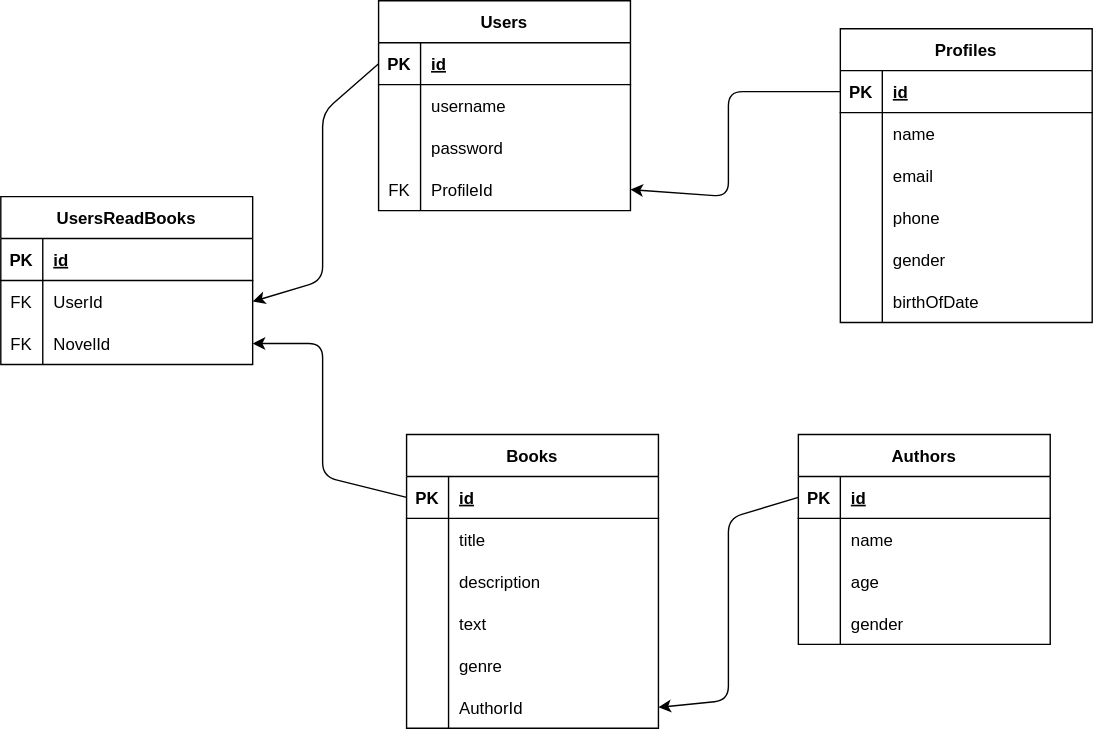
Earlier version of the draw.io export schema.drawio.svg (zoombooz/novel-library-pp). Source tidied: cells renumbered, new cells last; positions are measured from the earlier drawing's top-left corner, leaving out a move shared by most shapes.
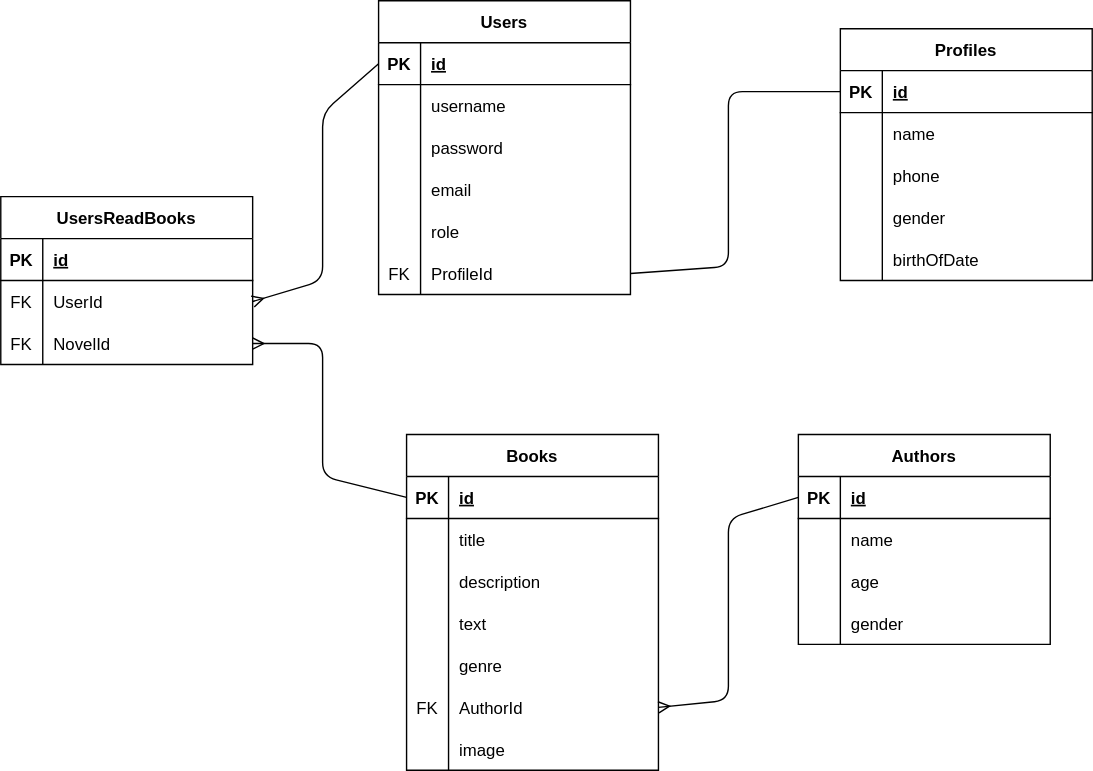
The same diagram one commit later.

Diff of the diagram source:
```diff
@@ -3,7 +3,7 @@
     <mxCell id="0" />
     <mxCell id="1" parent="0" />
     <mxCell id="2" value="Users" style="shape=table;startSize=30;rowLines=0;fontStyle=1;align=center;" parent="1" vertex="1">
-      <mxGeometry x="270" width="180" height="150" as="geometry" />
+      <mxGeometry x="270" width="180" height="210" as="geometry" />
     </mxCell>
     <mxCell id="3" style="shape=tableRow;horizontal=0;startSize=0;swimlaneHead=0;swimlaneBody=0;fillColor=none;points=[[0,0.5],[1,0.5]];portConstraint=eastwest;top=0;left=0;right=0;bottom=1;" parent="2" vertex="1">
       <mxGeometry y="30" width="180" height="30" as="geometry" />
@@ -35,14 +35,32 @@
     <mxCell id="12" style="shape=tableRow;horizontal=0;startSize=0;swimlaneHead=0;swimlaneBody=0;fillColor=none;points=[[0,0.5],[1,0.5]];portConstraint=eastwest;top=0;left=0;right=0;bottom=0;" parent="2" vertex="1">
       <mxGeometry y="120" width="180" height="30" as="geometry" />
     </mxCell>
-    <mxCell id="13" value="FK" style="shape=partialRectangle;fillColor=none;top=0;left=0;bottom=0;right=0;overflow=hidden;" parent="12" vertex="1">
+    <mxCell id="13" style="shape=partialRectangle;fillColor=none;top=0;left=0;bottom=0;right=0;overflow=hidden;" parent="12" vertex="1">
       <mxGeometry width="30" height="30" as="geometry" />
     </mxCell>
-    <mxCell id="14" value="ProfileId" style="shape=partialRectangle;fillColor=none;top=0;left=0;bottom=0;right=0;align=left;spacingLeft=6;overflow=hidden;" parent="12" vertex="1">
+    <mxCell id="14" value="email" style="shape=partialRectangle;fillColor=none;top=0;left=0;bottom=0;right=0;align=left;spacingLeft=6;overflow=hidden;" parent="12" vertex="1">
       <mxGeometry x="30" width="150" height="30" as="geometry" />
     </mxCell>
+    <mxCell id="80" style="shape=tableRow;horizontal=0;startSize=0;swimlaneHead=0;swimlaneBody=0;fillColor=none;top=0;left=0;right=0;bottom=0;" parent="2" vertex="1">
+      <mxGeometry y="150" width="180" height="30" as="geometry" />
+    </mxCell>
+    <mxCell id="81" style="shape=partialRectangle;fillColor=none;top=0;left=0;bottom=0;right=0;overflow=hidden;" parent="80" vertex="1">
+      <mxGeometry width="30" height="30" as="geometry" />
+    </mxCell>
+    <mxCell id="82" value="role" style="shape=partialRectangle;fillColor=none;top=0;left=0;bottom=0;right=0;align=left;spacingLeft=6;overflow=hidden;" parent="80" vertex="1">
+      <mxGeometry x="30" width="150" height="30" as="geometry" />
+    </mxCell>
+    <mxCell id="83" style="shape=tableRow;horizontal=0;startSize=0;swimlaneHead=0;swimlaneBody=0;fillColor=none;points=[[0,0.5],[1,0.5]];portConstraint=eastwest;top=0;left=0;right=0;bottom=0;" parent="2" vertex="1">
+      <mxGeometry y="180" width="180" height="30" as="geometry" />
+    </mxCell>
+    <mxCell id="84" value="FK" style="shape=partialRectangle;fillColor=none;top=0;left=0;bottom=0;right=0;overflow=hidden;" parent="83" vertex="1">
+      <mxGeometry width="30" height="30" as="geometry" />
+    </mxCell>
+    <mxCell id="85" value="ProfileId" style="shape=partialRectangle;fillColor=none;top=0;left=0;bottom=0;right=0;align=left;spacingLeft=6;overflow=hidden;" parent="83" vertex="1">
+      <mxGeometry x="30" width="150" height="30" as="geometry" />
+    </mxCell>
     <mxCell id="15" value="Profiles" style="shape=table;startSize=30;rowLines=0;fontStyle=1;align=center;" parent="1" vertex="1">
-      <mxGeometry x="600" y="20" width="180" height="210" as="geometry" />
+      <mxGeometry x="600" y="20" width="180" height="180" as="geometry" />
     </mxCell>
     <mxCell id="16" style="shape=tableRow;horizontal=0;startSize=0;swimlaneHead=0;swimlaneBody=0;fillColor=none;points=[[0,0.5],[1,0.5]];portConstraint=eastwest;top=0;left=0;right=0;bottom=1;" parent="15" vertex="1">
       <mxGeometry y="30" width="180" height="30" as="geometry" />
@@ -62,17 +80,8 @@
     <mxCell id="21" value="name" style="shape=partialRectangle;fillColor=none;top=0;left=0;bottom=0;right=0;align=left;spacingLeft=6;overflow=hidden;" parent="19" vertex="1">
       <mxGeometry x="30" width="150" height="30" as="geometry" />
     </mxCell>
-    <mxCell id="22" style="shape=tableRow;horizontal=0;startSize=0;swimlaneHead=0;swimlaneBody=0;fillColor=none;top=0;left=0;right=0;bottom=0;" parent="15" vertex="1">
-      <mxGeometry y="90" width="180" height="30" as="geometry" />
-    </mxCell>
-    <mxCell id="23" style="shape=partialRectangle;fillColor=none;top=0;left=0;bottom=0;right=0;overflow=hidden;" parent="22" vertex="1">
-      <mxGeometry width="30" height="30" as="geometry" />
-    </mxCell>
-    <mxCell id="24" value="email" style="shape=partialRectangle;fillColor=none;top=0;left=0;bottom=0;right=0;align=left;spacingLeft=6;overflow=hidden;" parent="22" vertex="1">
-      <mxGeometry x="30" width="150" height="30" as="geometry" />
-    </mxCell>
     <mxCell id="25" style="shape=tableRow;horizontal=0;startSize=0;swimlaneHead=0;swimlaneBody=0;fillColor=none;top=0;left=0;right=0;bottom=0;" parent="15" vertex="1">
-      <mxGeometry y="120" width="180" height="30" as="geometry" />
+      <mxGeometry y="90" width="180" height="30" as="geometry" />
     </mxCell>
     <mxCell id="26" style="shape=partialRectangle;fillColor=none;top=0;left=0;bottom=0;right=0;overflow=hidden;" parent="25" vertex="1">
       <mxGeometry width="30" height="30" as="geometry" />
@@ -81,7 +90,7 @@
       <mxGeometry x="30" width="150" height="30" as="geometry" />
     </mxCell>
     <mxCell id="28" style="shape=tableRow;horizontal=0;startSize=0;swimlaneHead=0;swimlaneBody=0;fillColor=none;top=0;left=0;right=0;bottom=0;" parent="15" vertex="1">
-      <mxGeometry y="150" width="180" height="30" as="geometry" />
+      <mxGeometry y="120" width="180" height="30" as="geometry" />
     </mxCell>
     <mxCell id="29" style="shape=partialRectangle;fillColor=none;top=0;left=0;bottom=0;right=0;overflow=hidden;" parent="28" vertex="1">
       <mxGeometry width="30" height="30" as="geometry" />
@@ -90,7 +99,7 @@
       <mxGeometry x="30" width="150" height="30" as="geometry" />
     </mxCell>
     <mxCell id="31" style="shape=tableRow;horizontal=0;startSize=0;swimlaneHead=0;swimlaneBody=0;fillColor=none;top=0;left=0;right=0;bottom=0;" parent="15" vertex="1">
-      <mxGeometry y="180" width="180" height="30" as="geometry" />
+      <mxGeometry y="150" width="180" height="30" as="geometry" />
     </mxCell>
     <mxCell id="32" style="shape=partialRectangle;fillColor=none;top=0;left=0;bottom=0;right=0;overflow=hidden;" parent="31" vertex="1">
       <mxGeometry width="30" height="30" as="geometry" />
@@ -99,7 +108,7 @@
       <mxGeometry x="30" width="150" height="30" as="geometry" />
     </mxCell>
     <mxCell id="34" value="Books" style="shape=table;startSize=30;rowLines=0;fontStyle=1;align=center;" parent="1" vertex="1">
-      <mxGeometry x="290" y="310" width="180" height="210" as="geometry" />
+      <mxGeometry x="290" y="310" width="180" height="240" as="geometry" />
     </mxCell>
     <mxCell id="35" style="shape=tableRow;horizontal=0;startSize=0;swimlaneHead=0;swimlaneBody=0;fillColor=none;points=[[0,0.5],[1,0.5]];portConstraint=eastwest;top=0;left=0;right=0;bottom=1;" parent="34" vertex="1">
       <mxGeometry y="30" width="180" height="30" as="geometry" />
@@ -149,12 +158,21 @@
     <mxCell id="50" style="shape=tableRow;horizontal=0;startSize=0;swimlaneHead=0;swimlaneBody=0;fillColor=none;points=[[0,0.5],[1,0.5]];portConstraint=eastwest;top=0;left=0;right=0;bottom=0;" parent="34" vertex="1">
       <mxGeometry y="180" width="180" height="30" as="geometry" />
     </mxCell>
-    <mxCell id="51" style="shape=partialRectangle;fillColor=none;top=0;left=0;bottom=0;right=0;overflow=hidden;" parent="50" vertex="1">
+    <mxCell id="51" value="FK" style="shape=partialRectangle;fillColor=none;top=0;left=0;bottom=0;right=0;overflow=hidden;" parent="50" vertex="1">
       <mxGeometry width="30" height="30" as="geometry" />
     </mxCell>
     <mxCell id="52" value="AuthorId" style="shape=partialRectangle;fillColor=none;top=0;left=0;bottom=0;right=0;align=left;spacingLeft=6;overflow=hidden;" parent="50" vertex="1">
       <mxGeometry x="30" width="150" height="30" as="geometry" />
     </mxCell>
+    <mxCell id="86" style="shape=tableRow;horizontal=0;startSize=0;swimlaneHead=0;swimlaneBody=0;fillColor=none;top=0;left=0;right=0;bottom=0;" parent="34" vertex="1">
+      <mxGeometry y="210" width="180" height="30" as="geometry" />
+    </mxCell>
+    <mxCell id="87" style="shape=partialRectangle;fillColor=none;top=0;left=0;bottom=0;right=0;overflow=hidden;" parent="86" vertex="1">
+      <mxGeometry width="30" height="30" as="geometry" />
+    </mxCell>
+    <mxCell id="88" value="image" style="shape=partialRectangle;fillColor=none;top=0;left=0;bottom=0;right=0;align=left;spacingLeft=6;overflow=hidden;" parent="86" vertex="1">
+      <mxGeometry x="30" width="150" height="30" as="geometry" />
+    </mxCell>
     <mxCell id="53" value="UsersReadBooks" style="shape=table;startSize=30;rowLines=0;fontStyle=1;align=center;" parent="1" vertex="1">
       <mxGeometry y="140" width="180" height="120" as="geometry" />
     </mxCell>
@@ -185,7 +203,7 @@
     <mxCell id="62" value="NovelId" style="shape=partialRectangle;fillColor=none;top=0;left=0;bottom=0;right=0;align=left;spacingLeft=6;overflow=hidden;" parent="60" vertex="1">
       <mxGeometry x="30" width="150" height="30" as="geometry" />
     </mxCell>
-    <mxCell id="63" style="edgeStyle=none;html=1;exitX=0;exitY=0.5;exitDx=0;exitDy=0;entryX=1;entryY=0.5;entryDx=0;entryDy=0;" parent="1" edge="1" source="3" target="57">
+    <mxCell id="63" style="edgeStyle=none;html=1;exitX=0;exitY=0.5;exitDx=0;exitDy=0;entryX=1;entryY=0.5;entryDx=0;entryDy=0;endArrow=ERmany;endFill=0;" parent="1" edge="1" source="3" target="57">
       <mxGeometry relative="1" as="geometry">
         <Array as="points">
           <mxPoint x="230" y="80" />
@@ -193,7 +211,7 @@
         </Array>
       </mxGeometry>
     </mxCell>
-    <mxCell id="64" style="edgeStyle=none;html=1;exitX=0;exitY=0.5;exitDx=0;exitDy=0;entryX=1;entryY=0.5;entryDx=0;entryDy=0;" parent="1" edge="1" source="35" target="60">
+    <mxCell id="64" style="edgeStyle=none;html=1;exitX=0;exitY=0.5;exitDx=0;exitDy=0;entryX=1;entryY=0.5;entryDx=0;entryDy=0;endArrow=ERmany;endFill=0;" parent="1" edge="1" source="35" target="60">
       <mxGeometry relative="1" as="geometry">
         <Array as="points">
           <mxPoint x="230" y="340" />
@@ -240,7 +258,7 @@
     <mxCell id="77" value="gender" style="shape=partialRectangle;fillColor=none;top=0;left=0;bottom=0;right=0;align=left;spacingLeft=6;overflow=hidden;" parent="75" vertex="1">
       <mxGeometry x="30" width="150" height="30" as="geometry" />
     </mxCell>
-    <mxCell id="78" style="edgeStyle=none;html=1;exitX=0;exitY=0.5;exitDx=0;exitDy=0;entryX=1;entryY=0.5;entryDx=0;entryDy=0;" parent="1" edge="1" source="66" target="50">
+    <mxCell id="78" style="edgeStyle=none;html=1;exitX=0;exitY=0.5;exitDx=0;exitDy=0;entryX=1;entryY=0.5;entryDx=0;entryDy=0;endArrow=ERmany;endFill=0;" parent="1" edge="1" source="66" target="50">
       <mxGeometry relative="1" as="geometry">
         <Array as="points">
           <mxPoint x="520" y="370" />
@@ -248,11 +266,11 @@
         </Array>
       </mxGeometry>
     </mxCell>
-    <mxCell id="79" style="edgeStyle=none;html=1;exitX=0;exitY=0.5;exitDx=0;exitDy=0;entryX=1;entryY=0.5;entryDx=0;entryDy=0;" parent="1" edge="1" source="16" target="12">
+    <mxCell id="79" style="edgeStyle=none;html=1;exitX=0;exitY=0.5;exitDx=0;exitDy=0;entryX=1;entryY=0.5;entryDx=0;entryDy=0;endArrow=none;endFill=0;" parent="1" edge="1" source="16" target="83">
       <mxGeometry relative="1" as="geometry">
         <Array as="points">
           <mxPoint x="520" y="65" />
-          <mxPoint x="520" y="140" />
+          <mxPoint x="520" y="190" />
         </Array>
       </mxGeometry>
     </mxCell>
```
